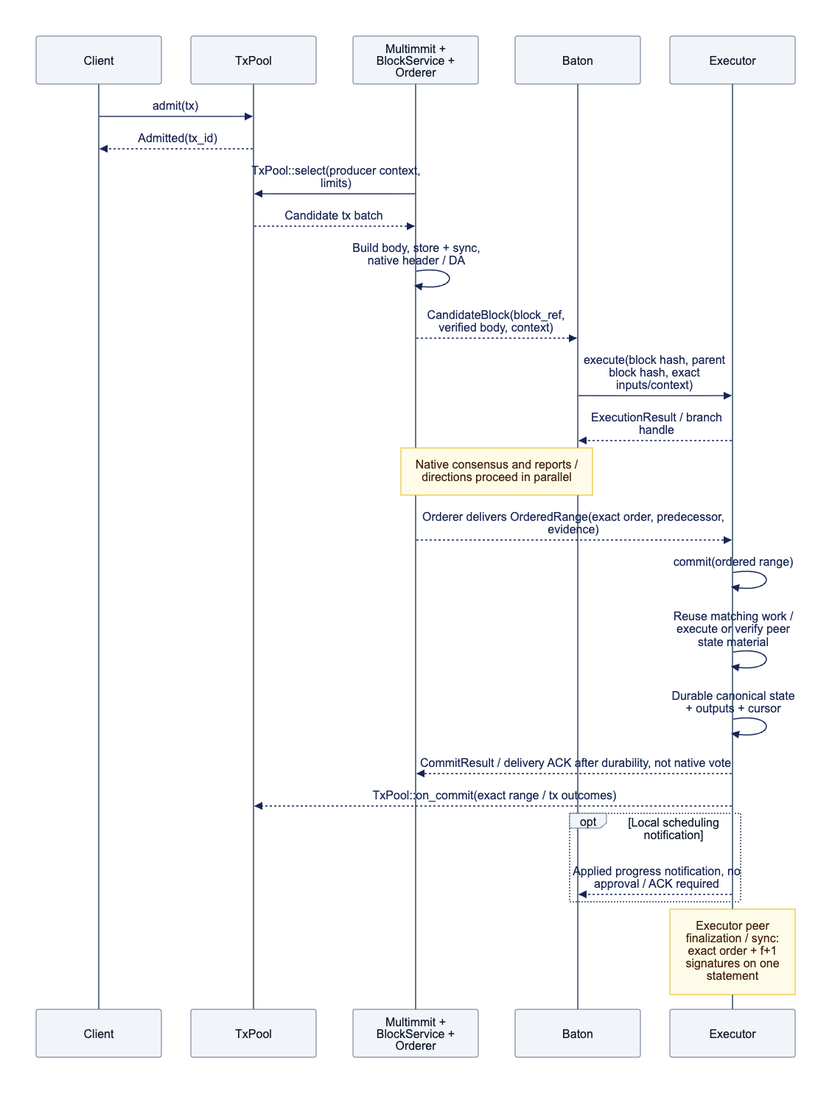
djm07073/baton-research keeps this Mermaid diagram as docs/assets/diagrams/diagram-02.png. Above is the earlier version. Its source is kept beside it as docs/assets/diagrams/diagram-02.mmd.
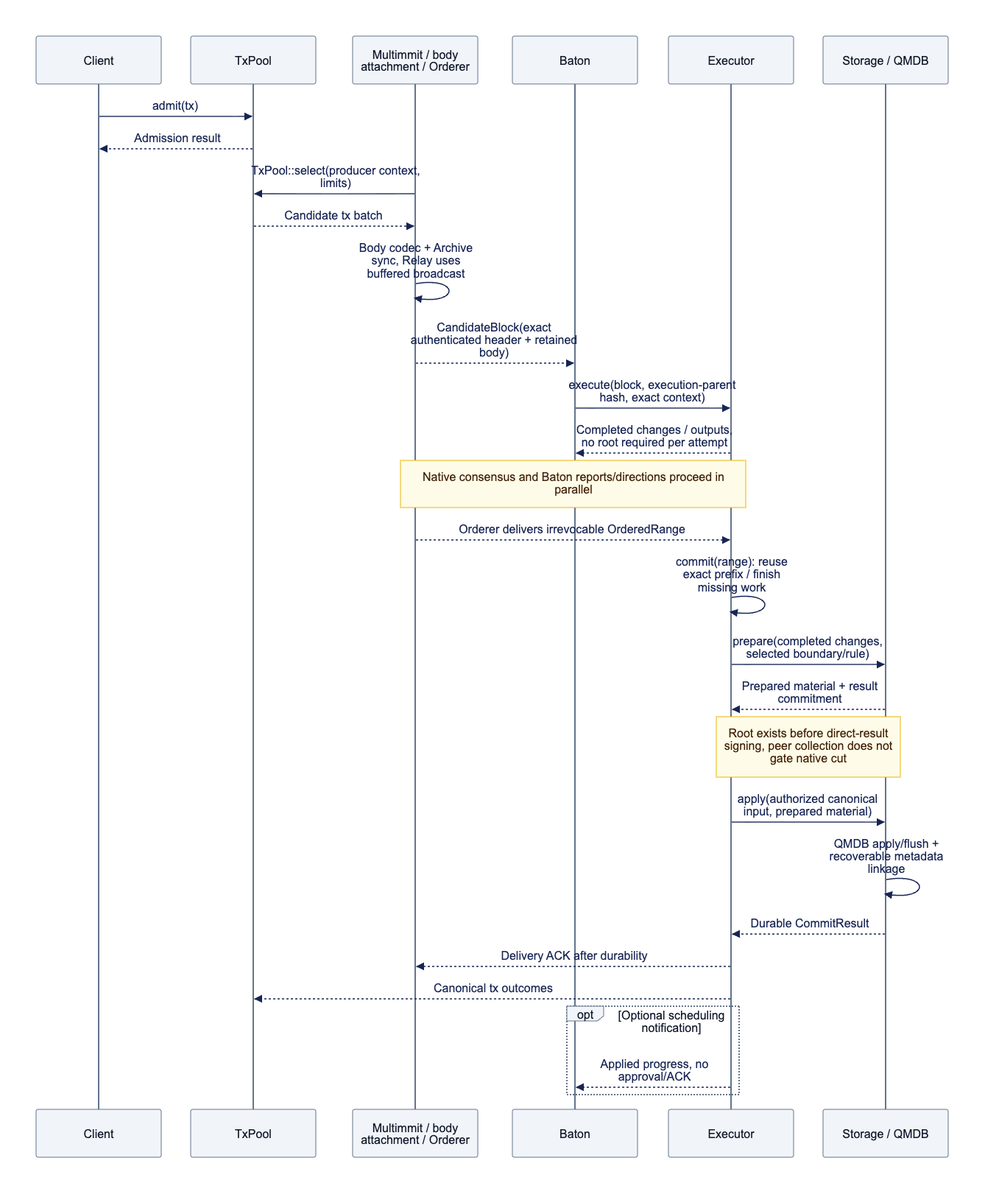
The same diagram one commit later.

Diff of the diagram source:
```diff
@@ -1,25 +1,29 @@
 sequenceDiagram
     participant C as Client
     participant T as TxPool
-    participant N as Multimmit + BlockService + Orderer
+    participant N as Multimmit / body attachment / Orderer
     participant B as Baton
     participant E as Executor
+    participant S as Storage / QMDB
     C->>T: admit(tx)
-    T-->>C: Admitted(tx_id)
+    T-->>C: Admission result
     N->>T: TxPool::select(producer context, limits)
     T-->>N: Candidate tx batch
-    N->>N: Build body, store + sync, native header / DA
-    N-->>B: CandidateBlock(block_ref, verified body, context)
-    B->>E: execute(block hash, parent block hash, exact inputs/context)
-    E-->>B: ExecutionResult / branch handle
-    Note over N,B: Native consensus and reports / directions proceed in parallel
-    N-->>E: Orderer delivers OrderedRange(exact order, predecessor, evidence)
-    E->>E: commit(ordered range)
-    E->>E: Reuse matching work / execute or verify peer state material
-    E->>E: Durable canonical state + outputs + cursor
-    E-->>N: CommitResult / delivery ACK after durability, not native vote
-    E-->>T: TxPool::on_commit(exact range / tx outcomes)
-    opt Local scheduling notification
-        E-->>B: Applied progress notification, no approval / ACK required
+    N->>N: Body codec + Archive sync, Relay uses buffered broadcast
+    N-->>B: CandidateBlock(exact authenticated header + retained body)
+    B->>E: execute(block, execution-parent hash, exact context)
+    E-->>B: Completed changes / outputs, no root required per attempt
+    Note over N,E: Native consensus and Baton reports/directions proceed in parallel
+    N-->>E: Orderer delivers irrevocable OrderedRange
+    E->>E: commit(range): reuse exact prefix / finish missing work
+    E->>S: prepare(completed changes, selected boundary/rule)
+    S-->>E: Prepared material + result commitment
+    Note over E,S: Root exists before direct-result signing, peer collection does not gate native cut
+    E->>S: apply(authorized canonical input, prepared material)
+    S->>S: QMDB apply/flush + recoverable metadata linkage
+    S-->>E: Durable CommitResult
+    E-->>N: Delivery ACK after durability
+    E-->>T: Canonical tx outcomes
+    opt Optional scheduling notification
+        E-->>B: Applied progress, no approval/ACK
     end
-    Note over E: Executor peer finalization / sync: exact order + f+1 signatures on one statement
```
